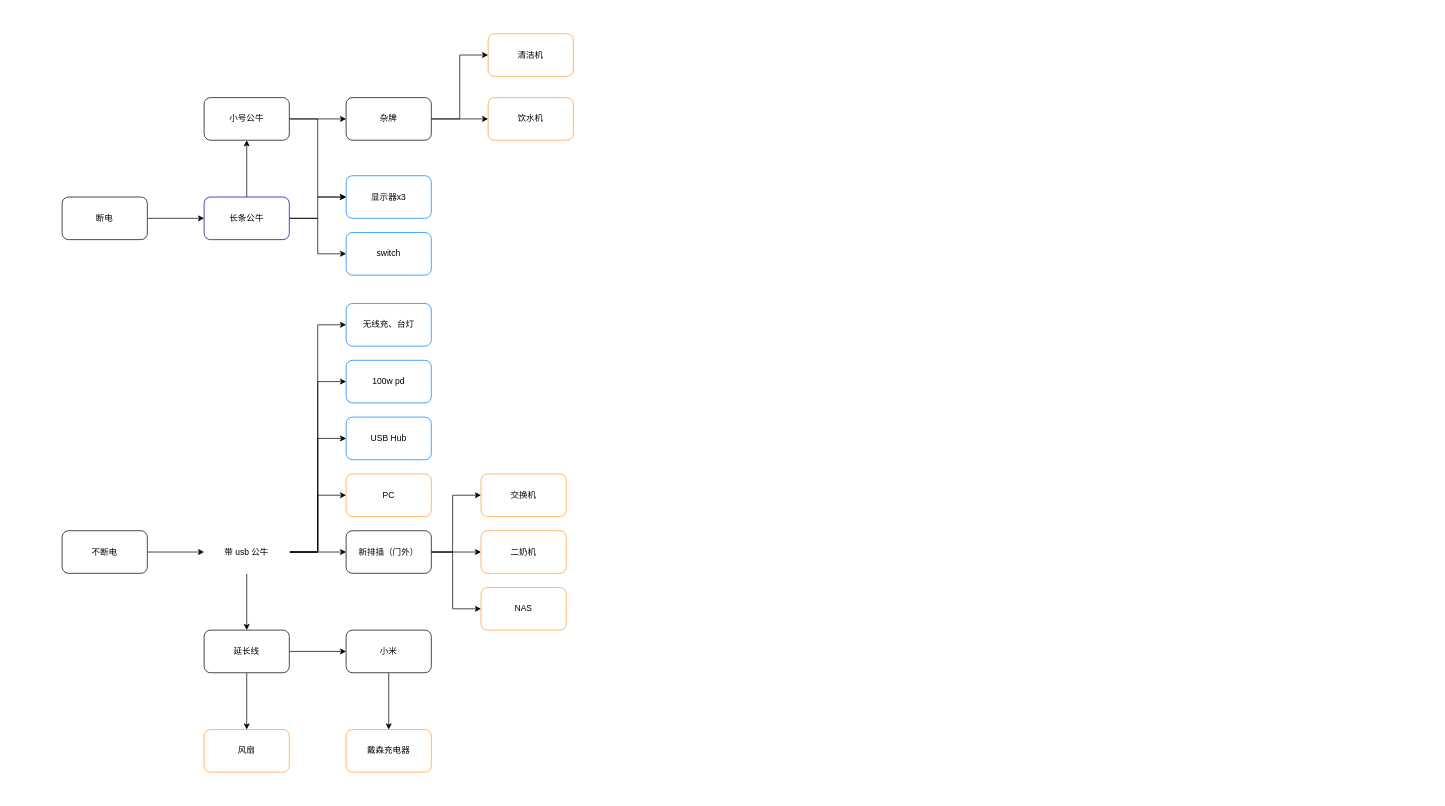
The draw.io diagram 电力改造.drawio in RekiDunois/ImagineThings, before the edit. Source tidied: cells renumbered, new cells numbered last; positions are measured from the earlier drawing's top-left corner, leaving out a move shared by most shapes. Both pictures are drawn from the tidied source at 71%, with x=0, y=0 at pixel (62, 33).
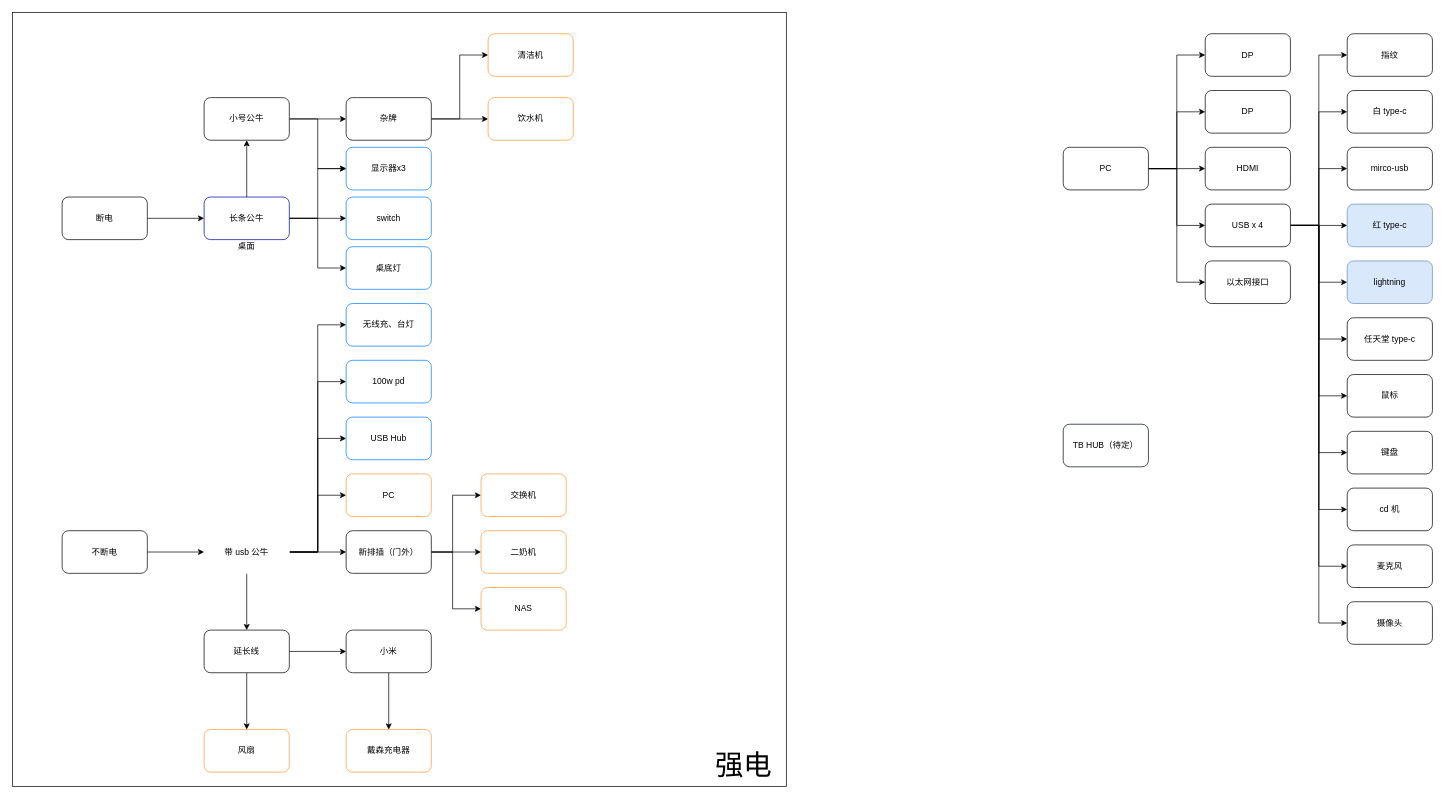
The same diagram, later.

Commit message:
更新电力改造.drawio

Unchanged cells that the change refers to:
```xml
<mxCell id="9" value="长条公牛" style="whiteSpace=wrap;html=1;rounded=1;strokeColor=#000099;" parent="1" vertex="1">
  <mxGeometry x="200" y="230" width="120" height="60" as="geometry" />
</mxCell>
```

Change to the diagram source:
```diff
@@
+    <mxCell id="45" style="whiteSpace=wrap;html=1;fillColor=none;" parent="1" vertex="1">
+      <mxGeometry x="-70" y="-30" width="1090" height="1090" as="geometry" />
+    </mxCell>
@@
-    <mxCell id="7" style="edgeStyle=orthogonalEdgeStyle;rounded=0;jettySize=auto;html=1;" parent="1" edge="1" source="9" target="29">
+    <mxCell id="7" style="edgeStyle=orthogonalEdgeStyle;rounded=0;jettySize=auto;html=1;entryX=0;entryY=0.5;entryDx=0;entryDy=0;" parent="1" edge="1" source="9" target="29">
       <mxGeometry relative="1" as="geometry">
         <Array as="points">
-          <mxPoint x="360" y="260" />
-          <mxPoint x="360" y="310" />
+          <mxPoint x="380" y="260" />
+          <mxPoint x="380" y="260" />
         </Array>
       </mxGeometry>
     </mxCell>
@@
+    <mxCell id="46" style="edgeStyle=orthogonalEdgeStyle;rounded=0;jettySize=auto;html=1;exitX=1;exitY=0.5;exitDx=0;exitDy=0;entryX=0;entryY=0.5;entryDx=0;entryDy=0;fontSize=40;" parent="1" edge="1" source="9" target="54">
+      <mxGeometry relative="1" as="geometry" />
+    </mxCell>
@@
     <mxCell id="28" value="显示器x3" style="whiteSpace=wrap;html=1;rounded=1;strokeColor=#007FFF;" parent="1" vertex="1">
-      <mxGeometry x="400" y="200" width="120" height="60" as="geometry" />
+      <mxGeometry x="400" y="160" width="120" height="60" as="geometry" />
     </mxCell>
     <mxCell id="29" value="switch" style="whiteSpace=wrap;html=1;rounded=1;strokeColor=#007FFF;" parent="1" vertex="1">
-      <mxGeometry x="400" y="280" width="120" height="60" as="geometry" />
+      <mxGeometry x="400" y="230" width="120" height="60" as="geometry" />
     </mxCell>
@@
+    <mxCell id="47" value="强电" style="text;html=1;strokeColor=none;fillColor=none;align=center;verticalAlign=middle;whiteSpace=wrap;rounded=0;fontSize=40;" parent="1" vertex="1">
+      <mxGeometry x="880" y="990" width="160" height="80" as="geometry" />
+    </mxCell>
+    <mxCell id="48" style="edgeStyle=orthogonalEdgeStyle;rounded=0;jettySize=auto;html=1;fontSize=12;" parent="1" edge="1" source="53" target="57">
+      <mxGeometry relative="1" as="geometry">
+        <Array as="points">
+          <mxPoint x="1570" y="190" />
+          <mxPoint x="1570" y="30" />
+        </Array>
+      </mxGeometry>
+    </mxCell>
+    <mxCell id="49" style="edgeStyle=orthogonalEdgeStyle;rounded=0;jettySize=auto;html=1;fontSize=12;" parent="1" edge="1" source="53" target="58">
+      <mxGeometry relative="1" as="geometry">
+        <Array as="points">
+          <mxPoint x="1570" y="190" />
+          <mxPoint x="1570" y="110" />
+        </Array>
+      </mxGeometry>
+    </mxCell>
+    <mxCell id="50" style="edgeStyle=orthogonalEdgeStyle;rounded=0;jettySize=auto;html=1;fontSize=12;" parent="1" edge="1" source="53" target="59">
+      <mxGeometry relative="1" as="geometry">
+        <Array as="points">
+          <mxPoint x="1540" y="190" />
+          <mxPoint x="1540" y="190" />
+        </Array>
+      </mxGeometry>
+    </mxCell>
+    <mxCell id="51" style="edgeStyle=orthogonalEdgeStyle;rounded=0;jettySize=auto;html=1;fontSize=12;" parent="1" edge="1" source="53" target="71">
+      <mxGeometry relative="1" as="geometry">
+        <Array as="points">
+          <mxPoint x="1570" y="190" />
+          <mxPoint x="1570" y="270" />
+        </Array>
+      </mxGeometry>
+    </mxCell>
+    <mxCell id="52" style="edgeStyle=orthogonalEdgeStyle;rounded=0;jettySize=auto;html=1;fontSize=12;" parent="1" edge="1" source="53" target="72">
+      <mxGeometry relative="1" as="geometry">
+        <Array as="points">
+          <mxPoint x="1570" y="190" />
+          <mxPoint x="1570" y="350" />
+        </Array>
+      </mxGeometry>
+    </mxCell>
+    <mxCell id="53" value="PC" style="rounded=1;whiteSpace=wrap;html=1;fontSize=12;fillColor=default;" parent="1" vertex="1">
+      <mxGeometry x="1410" y="160" width="120" height="60" as="geometry" />
+    </mxCell>
+    <mxCell id="54" value="桌底灯" style="rounded=1;whiteSpace=wrap;html=1;fontSize=12;fillColor=default;strokeColor=#007FFF;" parent="1" vertex="1">
+      <mxGeometry x="400" y="300" width="120" height="60" as="geometry" />
+    </mxCell>
+    <mxCell id="55" value="桌面" style="text;html=1;strokeColor=none;fillColor=none;align=center;verticalAlign=middle;whiteSpace=wrap;rounded=0;fontSize=12;" parent="1" vertex="1">
+      <mxGeometry x="230" y="290" width="60" height="20" as="geometry" />
+    </mxCell>
+    <mxCell id="56" value="TB&amp;nbsp;HUB（待定）" style="rounded=1;whiteSpace=wrap;html=1;fontSize=12;strokeColor=#000D14;fillColor=default;" parent="1" vertex="1">
+      <mxGeometry x="1410" y="550" width="120" height="60" as="geometry" />
+    </mxCell>
+    <mxCell id="57" value="DP" style="whiteSpace=wrap;html=1;rounded=1;" parent="1" vertex="1">
+      <mxGeometry x="1610" width="120" height="60" as="geometry" />
+    </mxCell>
+    <mxCell id="58" value="DP" style="whiteSpace=wrap;html=1;rounded=1;" parent="1" vertex="1">
+      <mxGeometry x="1610" y="80" width="120" height="60" as="geometry" />
+    </mxCell>
+    <mxCell id="59" value="HDMI" style="whiteSpace=wrap;html=1;rounded=1;" parent="1" vertex="1">
+      <mxGeometry x="1610" y="160" width="120" height="60" as="geometry" />
+    </mxCell>
+    <mxCell id="60" style="edgeStyle=orthogonalEdgeStyle;rounded=0;jettySize=auto;html=1;fontSize=12;" parent="1" edge="1" source="71" target="73">
+      <mxGeometry relative="1" as="geometry" />
+    </mxCell>
+    <mxCell id="61" style="edgeStyle=orthogonalEdgeStyle;rounded=0;jettySize=auto;html=1;fontSize=12;" parent="1" edge="1" source="71" target="74">
+      <mxGeometry relative="1" as="geometry">
+        <Array as="points">
+          <mxPoint x="1770" y="270" />
+          <mxPoint x="1770" y="430" />
+        </Array>
+      </mxGeometry>
+    </mxCell>
+    <mxCell id="62" style="edgeStyle=orthogonalEdgeStyle;rounded=0;jettySize=auto;html=1;fontSize=12;" parent="1" edge="1" source="71" target="75">
+      <mxGeometry relative="1" as="geometry">
+        <Array as="points">
+          <mxPoint x="1770" y="270" />
+          <mxPoint x="1770" y="190" />
+        </Array>
+      </mxGeometry>
+    </mxCell>
+    <mxCell id="63" style="edgeStyle=orthogonalEdgeStyle;rounded=0;jettySize=auto;html=1;fontSize=12;" parent="1" edge="1" source="71" target="76">
+      <mxGeometry relative="1" as="geometry">
+        <Array as="points">
+          <mxPoint x="1770" y="270" />
+          <mxPoint x="1770" y="110" />
+        </Array>
+      </mxGeometry>
+    </mxCell>
+    <mxCell id="64" style="edgeStyle=orthogonalEdgeStyle;rounded=0;jettySize=auto;html=1;fontSize=12;" parent="1" edge="1" source="71" target="77">
+      <mxGeometry relative="1" as="geometry">
+        <Array as="points">
+          <mxPoint x="1770" y="270" />
+          <mxPoint x="1770" y="30" />
+        </Array>
+      </mxGeometry>
+    </mxCell>
+    <mxCell id="65" style="edgeStyle=orthogonalEdgeStyle;rounded=0;jettySize=auto;html=1;fontSize=12;" parent="1" edge="1" source="71" target="78">
+      <mxGeometry relative="1" as="geometry">
+        <Array as="points">
+          <mxPoint x="1770" y="270" />
+          <mxPoint x="1770" y="510" />
+        </Array>
+      </mxGeometry>
+    </mxCell>
+    <mxCell id="66" style="edgeStyle=orthogonalEdgeStyle;rounded=0;jettySize=auto;html=1;fontSize=12;" parent="1" edge="1" source="71" target="79">
+      <mxGeometry relative="1" as="geometry">
+        <Array as="points">
+          <mxPoint x="1770" y="270" />
+          <mxPoint x="1770" y="590" />
+        </Array>
+      </mxGeometry>
+    </mxCell>
+    <mxCell id="67" style="edgeStyle=orthogonalEdgeStyle;rounded=0;jettySize=auto;html=1;fontSize=12;" parent="1" edge="1" source="71" target="80">
+      <mxGeometry relative="1" as="geometry">
+        <Array as="points">
+          <mxPoint x="1770" y="270" />
+          <mxPoint x="1770" y="670" />
+        </Array>
+      </mxGeometry>
+    </mxCell>
+    <mxCell id="68" style="edgeStyle=orthogonalEdgeStyle;rounded=0;jettySize=auto;html=1;fontSize=12;" parent="1" edge="1" source="71" target="81">
+      <mxGeometry relative="1" as="geometry">
+        <Array as="points">
+          <mxPoint x="1770" y="270" />
+          <mxPoint x="1770" y="750" />
+        </Array>
+      </mxGeometry>
+    </mxCell>
+    <mxCell id="69" style="edgeStyle=orthogonalEdgeStyle;rounded=0;jettySize=auto;html=1;fontSize=12;" parent="1" edge="1" source="71" target="82">
+      <mxGeometry relative="1" as="geometry">
+        <Array as="points">
+          <mxPoint x="1770" y="270" />
+          <mxPoint x="1770" y="830" />
+        </Array>
+      </mxGeometry>
+    </mxCell>
+    <mxCell id="70" style="edgeStyle=orthogonalEdgeStyle;rounded=0;jettySize=auto;html=1;fontSize=12;" parent="1" edge="1" source="71" target="83">
+      <mxGeometry relative="1" as="geometry">
+        <Array as="points">
+          <mxPoint x="1770" y="270" />
+          <mxPoint x="1770" y="350" />
+        </Array>
+      </mxGeometry>
+    </mxCell>
+    <mxCell id="71" value="USB&amp;nbsp;x 4" style="whiteSpace=wrap;html=1;rounded=1;" parent="1" vertex="1">
+      <mxGeometry x="1610" y="240" width="120" height="60" as="geometry" />
+    </mxCell>
+    <mxCell id="72" value="以太网接口" style="whiteSpace=wrap;html=1;rounded=1;" parent="1" vertex="1">
+      <mxGeometry x="1610" y="320" width="120" height="60" as="geometry" />
+    </mxCell>
+    <mxCell id="73" value="红&amp;nbsp;type-c" style="whiteSpace=wrap;html=1;rounded=1;fillColor=#dae8fc;strokeColor=#6c8ebf;" parent="1" vertex="1">
+      <mxGeometry x="1810" y="240" width="120" height="60" as="geometry" />
+    </mxCell>
+    <mxCell id="74" value="任天堂&amp;nbsp;type-c" style="whiteSpace=wrap;html=1;rounded=1;" parent="1" vertex="1">
+      <mxGeometry x="1810" y="400" width="120" height="60" as="geometry" />
+    </mxCell>
+    <mxCell id="75" value="mirco-usb" style="whiteSpace=wrap;html=1;rounded=1;" parent="1" vertex="1">
+      <mxGeometry x="1810" y="160" width="120" height="60" as="geometry" />
+    </mxCell>
+    <mxCell id="76" value="白&amp;nbsp;type-c" style="whiteSpace=wrap;html=1;rounded=1;" parent="1" vertex="1">
+      <mxGeometry x="1810" y="80" width="120" height="60" as="geometry" />
+    </mxCell>
+    <mxCell id="77" value="指纹" style="whiteSpace=wrap;html=1;rounded=1;" parent="1" vertex="1">
+      <mxGeometry x="1810" width="120" height="60" as="geometry" />
+    </mxCell>
+    <mxCell id="78" value="鼠标" style="whiteSpace=wrap;html=1;rounded=1;" parent="1" vertex="1">
+      <mxGeometry x="1810" y="480" width="120" height="60" as="geometry" />
+    </mxCell>
+    <mxCell id="79" value="键盘" style="whiteSpace=wrap;html=1;rounded=1;" parent="1" vertex="1">
+      <mxGeometry x="1810" y="560" width="120" height="60" as="geometry" />
+    </mxCell>
+    <mxCell id="80" value="cd&amp;nbsp;机" style="whiteSpace=wrap;html=1;rounded=1;" parent="1" vertex="1">
+      <mxGeometry x="1810" y="640" width="120" height="60" as="geometry" />
+    </mxCell>
+    <mxCell id="81" value="麦克风" style="whiteSpace=wrap;html=1;rounded=1;" parent="1" vertex="1">
+      <mxGeometry x="1810" y="720" width="120" height="60" as="geometry" />
+    </mxCell>
+    <mxCell id="82" value="摄像头" style="whiteSpace=wrap;html=1;rounded=1;" parent="1" vertex="1">
+      <mxGeometry x="1810" y="800" width="120" height="60" as="geometry" />
+    </mxCell>
+    <mxCell id="83" value="lightning" style="whiteSpace=wrap;html=1;rounded=1;fillColor=#dae8fc;strokeColor=#6c8ebf;" parent="1" vertex="1">
+      <mxGeometry x="1810" y="320" width="120" height="60" as="geometry" />
+    </mxCell>
```
